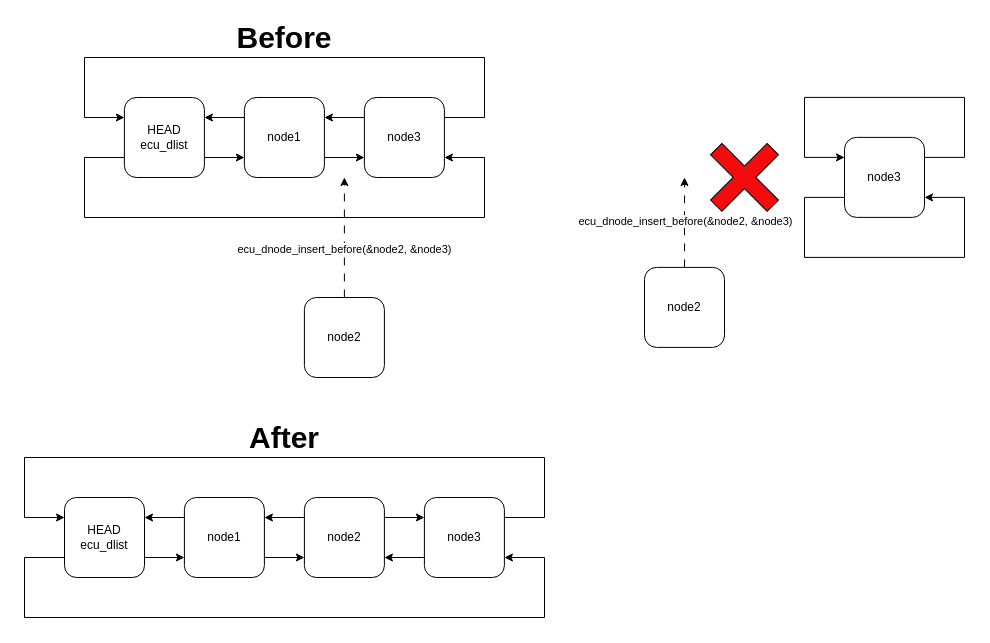
ress059/ecu keeps this draw.io diagram as page "ecu_dnode_insert_before" (4 of 19) of doc/images/dlist/dlist.drawio. Above is the earlier version. Source tidied: cells renumbered, new cells numbered last; positions are measured from the earlier drawing's top-left corner, leaving out a move shared by most shapes. Both pictures are drawn from the tidied source at 100%, with x=0, y=0 at pixel (24, 17).
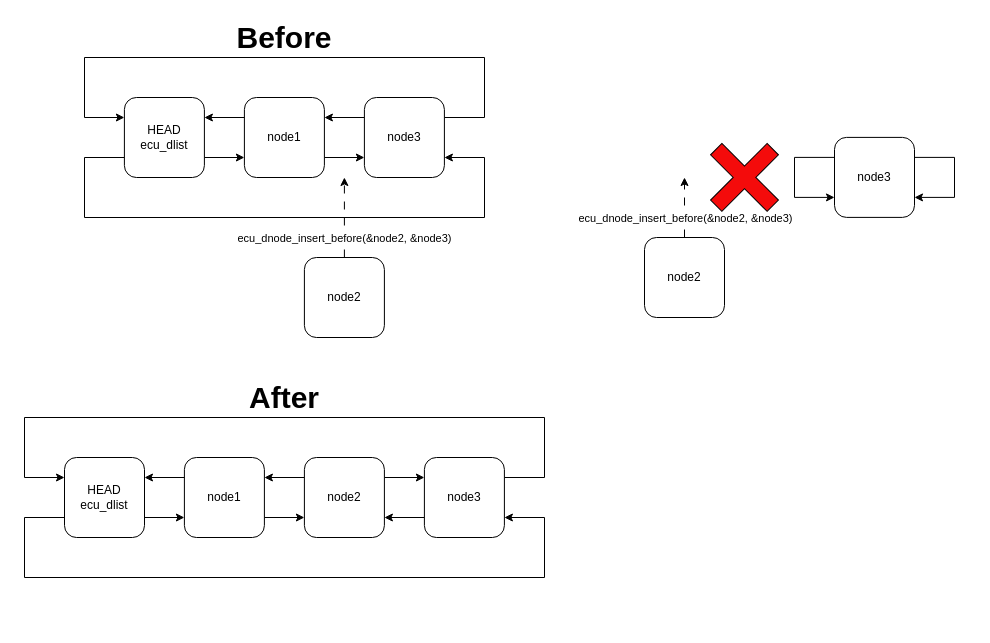
The same diagram, later.

Unchanged cells that the change refers to:
```xml
<mxCell id="12" style="endArrow=classic;html=1;rounded=0;dashed=1;exitX=0.5;exitY=0;exitDx=0;exitDy=0;dashPattern=8 8;" parent="1" edge="1" source="11">
  <mxGeometry relative="1" as="geometry">
    <mxPoint x="319.9" y="160" as="targetPoint" />
  </mxGeometry>
</mxCell>
<mxCell id="33" style="endArrow=classic;html=1;rounded=0;dashed=1;exitX=0.5;exitY=0;exitDx=0;exitDy=0;dashPattern=8 8;" parent="1" edge="1" source="28">
  <mxGeometry relative="1" as="geometry">
    <mxPoint x="660" y="160" as="targetPoint" />
  </mxGeometry>
</mxCell>
```

Diff of the diagram source:
```diff
@@
     <mxCell id="11" value="node2" style="rounded=1;whiteSpace=wrap;html=1;" parent="1" vertex="1">
-      <mxGeometry x="279.9" y="280" width="80" height="80" as="geometry" />
+      <mxGeometry x="279.9" y="240" width="80" height="80" as="geometry" />
     </mxCell>
@@
     <mxCell id="13" value="ecu_dnode_insert_before(&amp;amp;node2, &amp;amp;node3)" style="edgeLabel;html=1;align=center;verticalAlign=middle;" parent="12" vertex="1">
       <mxGeometry x="0.27" y="-2" relative="1" as="geometry">
-        <mxPoint x="-2" y="27" as="offset" />
+        <mxPoint x="-2" y="31" as="offset" />
       </mxGeometry>
     </mxCell>
     <mxCell id="14" style="edgeStyle=orthogonalEdgeStyle;rounded=0;jettySize=auto;html=1;exitX=0;exitY=0.25;exitDx=0;exitDy=0;entryX=1;entryY=0.25;entryDx=0;entryDy=0;" parent="1" edge="1" source="17" target="20">
       <mxGeometry relative="1" as="geometry">
         <Array as="points">
-          <mxPoint x="179.9" y="500" />
-          <mxPoint x="179.9" y="500" />
+          <mxPoint x="179.9" y="460" />
+          <mxPoint x="179.9" y="460" />
         </Array>
       </mxGeometry>
     </mxCell>
     <mxCell id="15" style="edgeStyle=orthogonalEdgeStyle;rounded=0;jettySize=auto;html=1;entryX=0;entryY=0.25;entryDx=0;entryDy=0;exitX=1;exitY=0.25;exitDx=0;exitDy=0;" parent="1" edge="1" source="25" target="20">
       <mxGeometry relative="1" as="geometry">
         <Array as="points">
-          <mxPoint x="520" y="500" />
-          <mxPoint x="520" y="440" />
-          <mxPoint y="440" />
-          <mxPoint y="500" />
+          <mxPoint x="520" y="460" />
+          <mxPoint x="520" y="400" />
+          <mxPoint y="400" />
+          <mxPoint y="460" />
         </Array>
       </mxGeometry>
     </mxCell>
@@
     <mxCell id="17" value="node1" style="rounded=1;whiteSpace=wrap;html=1;" parent="1" vertex="1">
-      <mxGeometry x="159.9" y="480" width="80" height="80" as="geometry" />
+      <mxGeometry x="159.9" y="440" width="80" height="80" as="geometry" />
     </mxCell>
@@
     <mxCell id="19" style="edgeStyle=orthogonalEdgeStyle;rounded=0;jettySize=auto;html=1;exitX=0;exitY=0.75;exitDx=0;exitDy=0;entryX=1;entryY=0.75;entryDx=0;entryDy=0;" parent="1" edge="1" source="20" target="25">
       <mxGeometry relative="1" as="geometry">
         <Array as="points">
-          <mxPoint y="540" />
-          <mxPoint y="600" />
-          <mxPoint x="520" y="600" />
-          <mxPoint x="520" y="540" />
+          <mxPoint y="500" />
+          <mxPoint y="560" />
+          <mxPoint x="520" y="560" />
+          <mxPoint x="520" y="500" />
         </Array>
       </mxGeometry>
     </mxCell>
     <mxCell id="20" value="HEAD&lt;br&gt;ecu_dlist" style="rounded=1;whiteSpace=wrap;html=1;" parent="1" vertex="1">
-      <mxGeometry x="40" y="480" width="80" height="80" as="geometry" />
+      <mxGeometry x="40" y="440" width="80" height="80" as="geometry" />
     </mxCell>
@@
     <mxCell id="23" value="node2" style="rounded=1;whiteSpace=wrap;html=1;" parent="1" vertex="1">
-      <mxGeometry x="279.9" y="480" width="80" height="80" as="geometry" />
+      <mxGeometry x="279.9" y="440" width="80" height="80" as="geometry" />
     </mxCell>
@@
     <mxCell id="25" value="node3" style="rounded=1;whiteSpace=wrap;html=1;" parent="1" vertex="1">
-      <mxGeometry x="399.9" y="480" width="80" height="80" as="geometry" />
+      <mxGeometry x="399.9" y="440" width="80" height="80" as="geometry" />
     </mxCell>
@@
     <mxCell id="27" value="&lt;b&gt;&lt;font style=&quot;font-size: 30px;&quot;&gt;After&lt;/font&gt;&lt;/b&gt;" style="text;html=1;strokeColor=none;fillColor=none;align=center;verticalAlign=middle;whiteSpace=wrap;rounded=0;" parent="1" vertex="1">
-      <mxGeometry x="199.9" y="400" width="120" height="40" as="geometry" />
+      <mxGeometry x="199.9" y="360" width="120" height="40" as="geometry" />
     </mxCell>
     <mxCell id="28" value="node2" style="rounded=1;whiteSpace=wrap;html=1;" parent="1" vertex="1">
-      <mxGeometry x="620" y="249.9" width="80" height="80" as="geometry" />
+      <mxGeometry x="620" y="220" width="80" height="80" as="geometry" />
     </mxCell>
@@
-    <mxCell id="30" style="edgeStyle=orthogonalEdgeStyle;rounded=0;orthogonalLoop=1;jettySize=auto;html=1;entryX=0;entryY=0.25;entryDx=0;entryDy=0;exitX=1;exitY=0.25;exitDx=0;exitDy=0;" parent="1" edge="1" source="32" target="32">
-      <mxGeometry relative="1" as="geometry">
-        <Array as="points">
-          <mxPoint x="940" y="139.9" />
-          <mxPoint x="940" y="79.9" />
-          <mxPoint x="780" y="79.9" />
-          <mxPoint x="780" y="139.9" />
-        </Array>
-      </mxGeometry>
-    </mxCell>
-    <mxCell id="31" style="edgeStyle=orthogonalEdgeStyle;rounded=0;orthogonalLoop=1;jettySize=auto;html=1;exitX=0;exitY=0.75;exitDx=0;exitDy=0;entryX=1;entryY=0.75;entryDx=0;entryDy=0;" parent="1" edge="1" source="32" target="32">
-      <mxGeometry relative="1" as="geometry">
-        <Array as="points">
-          <mxPoint x="780" y="179.9" />
-          <mxPoint x="780" y="239.9" />
-          <mxPoint x="940" y="239.9" />
-          <mxPoint x="940" y="179.9" />
-        </Array>
-      </mxGeometry>
-    </mxCell>
     <mxCell id="32" value="node3" style="rounded=1;whiteSpace=wrap;html=1;" parent="1" vertex="1">
-      <mxGeometry x="820" y="119.9" width="80" height="80" as="geometry" />
+      <mxGeometry x="810" y="119.9" width="80" height="80" as="geometry" />
     </mxCell>
@@
     <mxCell id="34" value="ecu_dnode_insert_before(&amp;amp;node2, &amp;amp;node3)" style="edgeLabel;html=1;align=center;verticalAlign=middle;" parent="33" vertex="1">
       <mxGeometry x="0.27" y="-2" relative="1" as="geometry">
-        <mxPoint x="-2" y="11" as="offset" />
+        <mxPoint x="-2" y="18" as="offset" />
       </mxGeometry>
     </mxCell>
+    <mxCell id="35" style="edgeStyle=orthogonalEdgeStyle;rounded=0;orthogonalLoop=1;jettySize=auto;html=1;exitX=0;exitY=0.25;exitDx=0;exitDy=0;entryX=0;entryY=0.75;entryDx=0;entryDy=0;" parent="1" edge="1" source="32" target="32">
+      <mxGeometry relative="1" as="geometry">
+        <Array as="points">
+          <mxPoint x="770" y="140" />
+          <mxPoint x="770" y="180" />
+        </Array>
+      </mxGeometry>
+    </mxCell>
+    <mxCell id="36" style="edgeStyle=orthogonalEdgeStyle;rounded=0;orthogonalLoop=1;jettySize=auto;html=1;exitX=1;exitY=0.25;exitDx=0;exitDy=0;entryX=1;entryY=0.75;entryDx=0;entryDy=0;" parent="1" edge="1" source="32" target="32">
+      <mxGeometry relative="1" as="geometry">
+        <Array as="points">
+          <mxPoint x="930" y="140" />
+          <mxPoint x="930" y="180" />
+        </Array>
+      </mxGeometry>
+    </mxCell>
```
